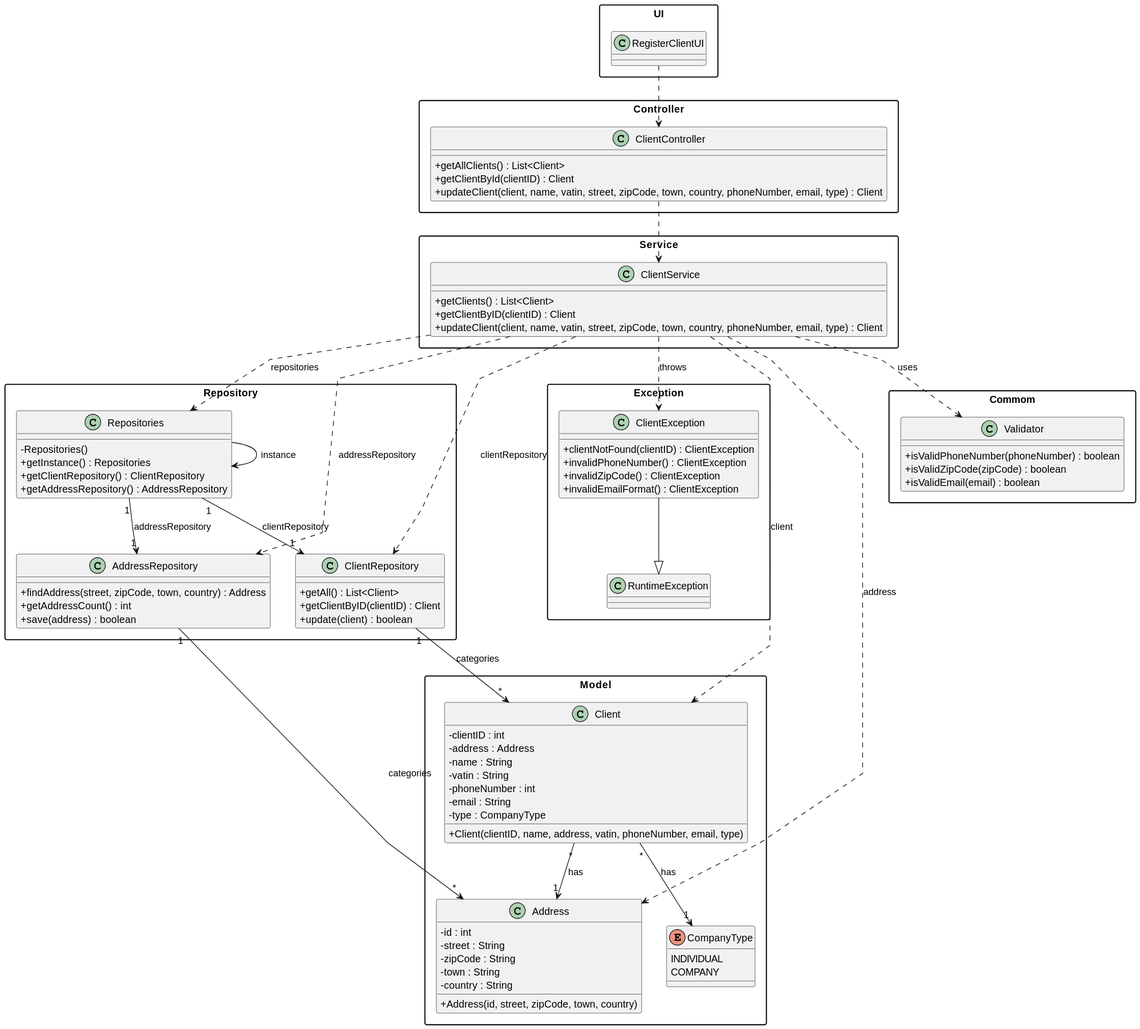
daniel41silva05/Production_Control_Industrial_ISEP keeps this PlantUML diagram as documentation/user-stories/us003/03.design/svg/us003-class-diagram.svg. Above is the earlier version.
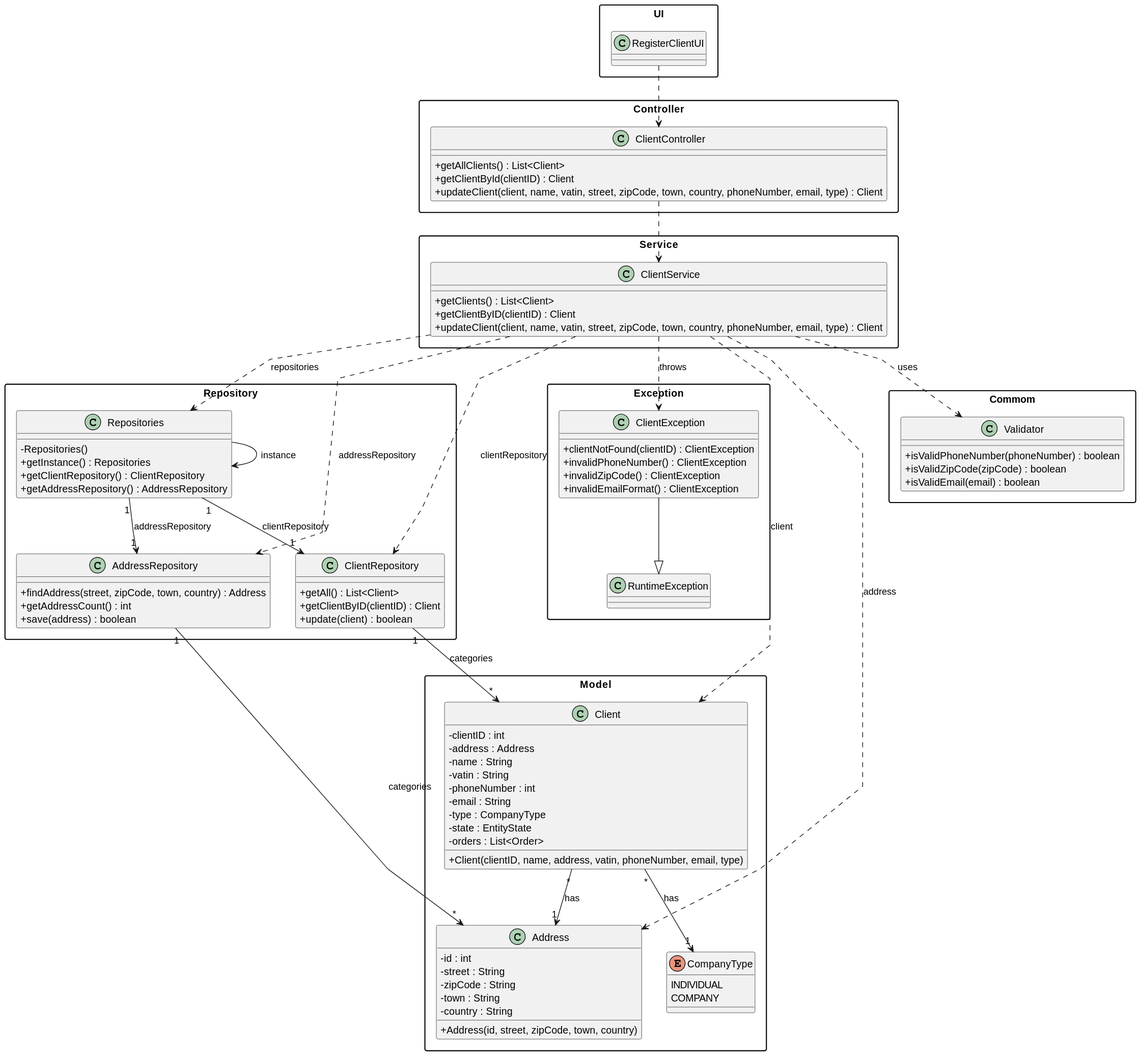
The same diagram one commit later.

Diff of the diagram source:
```diff
@@ -55,6 +55,8 @@
         -phoneNumber : int
         -email : String
         -type : CompanyType
+        -state : EntityState
+        -orders : List<Order>
         +Client(clientID, name, address, vatin, phoneNumber, email, type)
     }
 
```
